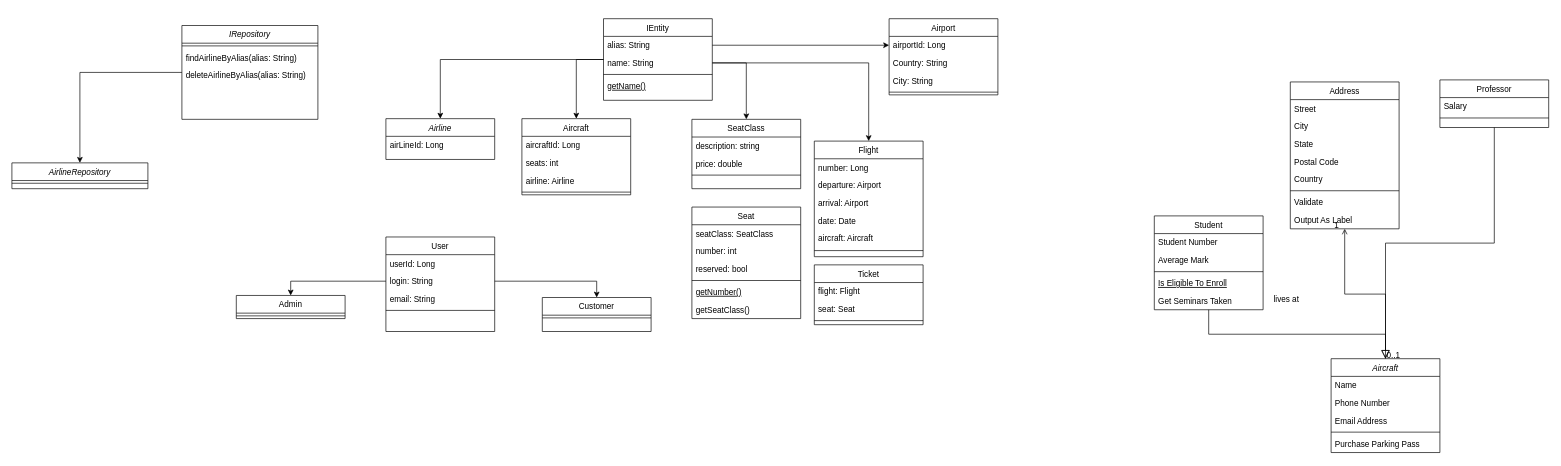
Earlier version of the draw.io diagram OOP/lab-1/UML-for-aviasales.drawio (ALFecki/BSUIR). Source tidied: cells renumbered, new cells numbered last; positions are measured from the earlier drawing's top-left corner, leaving out a move shared by most shapes. Both pictures are drawn from the tidied source at 68%, with x=0, y=0 at pixel (12, 18).
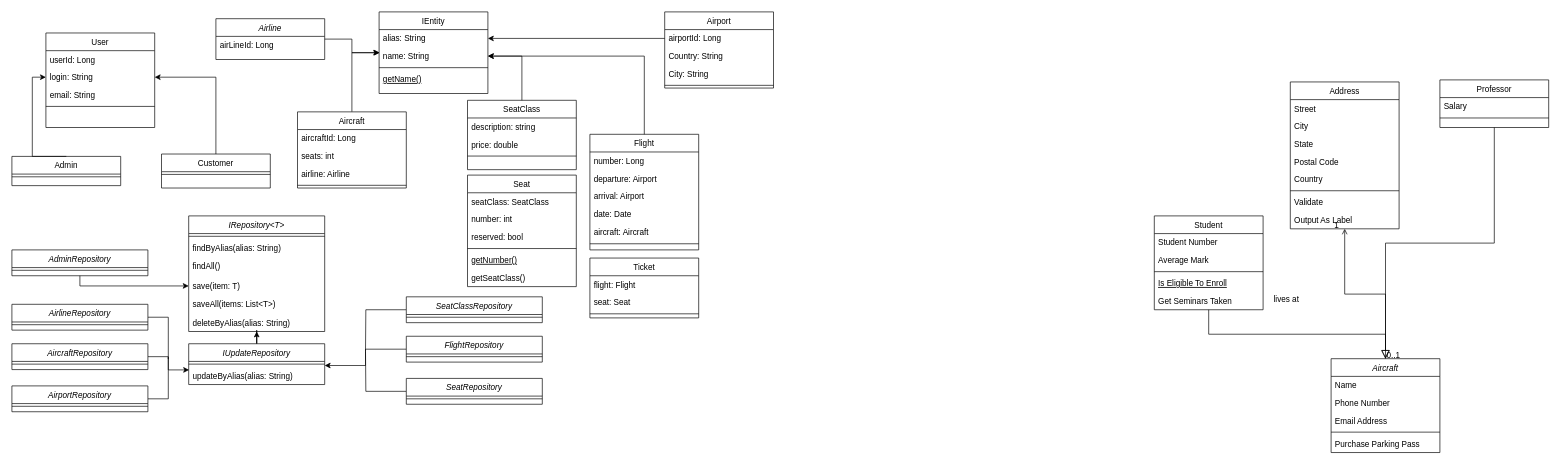
The same diagram, later.

The change refers to these unchanged cells:
```xml
<mxCell id="44" value="alias: String" style="text;align=left;verticalAlign=top;spacingLeft=4;spacingRight=4;overflow=hidden;points=[[0,0.5],[1,0.5]];portConstraint=eastwest;" parent="43" vertex="1">
  <mxGeometry y="26" width="160" height="26" as="geometry" />
</mxCell>
<mxCell id="45" value="name: String" style="text;align=left;verticalAlign=top;spacingLeft=4;spacingRight=4;overflow=hidden;points=[[0,0.5],[1,0.5]];portConstraint=eastwest;rounded=0;shadow=0;html=0;" parent="43" vertex="1">
  <mxGeometry y="52" width="160" height="26" as="geometry" />
</mxCell>
<mxCell id="78" value="airportId: Long" style="text;align=left;verticalAlign=top;spacingLeft=4;spacingRight=4;overflow=hidden;points=[[0,0.5],[1,0.5]];portConstraint=eastwest;" parent="77" vertex="1">
  <mxGeometry y="26" width="160" height="26" as="geometry" />
</mxCell>
<mxCell id="85" value="login: String" style="text;align=left;verticalAlign=top;spacingLeft=4;spacingRight=4;overflow=hidden;points=[[0,0.5],[1,0.5]];portConstraint=eastwest;rounded=0;shadow=0;html=0;" parent="83" vertex="1">
  <mxGeometry y="52" width="160" height="26" as="geometry" />
</mxCell>
```

The edit, as a diff of the source:
```diff
@@
+    <mxCell id="94" style="edgeStyle=orthogonalEdgeStyle;rounded=0;jettySize=auto;html=1;entryX=0.006;entryY=0.306;entryDx=0;entryDy=0;entryPerimeter=0;" parent="1" edge="1" source="32" target="45">
+      <mxGeometry relative="1" as="geometry" />
+    </mxCell>
     <mxCell id="32" value="Airline" style="swimlane;fontStyle=2;align=center;verticalAlign=top;horizontal=1;startSize=26;rounded=0;shadow=0;strokeWidth=1;" parent="1" vertex="1">
-      <mxGeometry x="550" y="147" width="160" height="60" as="geometry" />
+      <mxGeometry x="300" width="160" height="60" as="geometry" />
     </mxCell>
@@
+    <mxCell id="95" style="edgeStyle=orthogonalEdgeStyle;rounded=0;jettySize=auto;html=1;endArrow=none;endFill=0;" parent="1" edge="1" source="34">
+      <mxGeometry relative="1" as="geometry">
+        <mxPoint x="230" y="500" as="targetPoint" />
+        <Array as="points">
+          <mxPoint x="230" y="439" />
+          <mxPoint x="230" y="498" />
+        </Array>
+      </mxGeometry>
+    </mxCell>
     <mxCell id="34" value="AirlineRepository" style="swimlane;fontStyle=2;align=center;verticalAlign=top;horizontal=1;startSize=26;rounded=0;shadow=0;strokeWidth=1;" parent="1" vertex="1">
-      <mxGeometry y="212" width="200" height="38" as="geometry" />
+      <mxGeometry y="420" width="200" height="38" as="geometry" />
     </mxCell>
@@
-    <mxCell id="36" style="edgeStyle=orthogonalEdgeStyle;rounded=0;jettySize=auto;html=1;entryX=0.5;entryY=0;entryDx=0;entryDy=0;" parent="1" edge="1" source="37" target="34">
-      <mxGeometry relative="1" as="geometry" />
-    </mxCell>
-    <mxCell id="37" value="IRepository&#10;" style="swimlane;fontStyle=2;align=center;verticalAlign=top;horizontal=1;startSize=26;rounded=0;shadow=0;strokeWidth=1;" parent="1" vertex="1">
-      <mxGeometry x="250" y="10" width="200" height="138" as="geometry" />
+    <mxCell id="37" value="IRepository&lt;T&gt;&#10;" style="swimlane;fontStyle=2;align=center;verticalAlign=top;horizontal=1;startSize=26;rounded=0;shadow=0;strokeWidth=1;" parent="1" vertex="1">
+      <mxGeometry x="260" y="290" width="200" height="170" as="geometry" />
     </mxCell>
@@
-    <mxCell id="39" value="findAirlineByAlias(alias: String)" style="text;align=left;verticalAlign=top;spacingLeft=4;spacingRight=4;overflow=hidden;" parent="37" vertex="1">
+    <mxCell id="39" value="findByAlias(alias: String)" style="text;align=left;verticalAlign=top;spacingLeft=4;spacingRight=4;overflow=hidden;" parent="37" vertex="1">
       <mxGeometry y="34" width="200" height="26" as="geometry" />
     </mxCell>
-    <mxCell id="40" value="deleteAirlineByAlias(alias: String)" style="text;align=left;verticalAlign=top;spacingLeft=4;spacingRight=4;overflow=hidden;" parent="37" vertex="1">
-      <mxGeometry y="60" width="200" height="26" as="geometry" />
-    </mxCell>
-    <mxCell id="41" style="edgeStyle=orthogonalEdgeStyle;rounded=0;jettySize=auto;html=1;entryX=0.5;entryY=0;entryDx=0;entryDy=0;" parent="1" edge="1" source="43" target="32">
-      <mxGeometry relative="1" as="geometry" />
-    </mxCell>
+    <mxCell id="96" value="findAll()" style="text;align=left;verticalAlign=top;spacingLeft=4;spacingRight=4;overflow=hidden;" parent="37" vertex="1">
+      <mxGeometry y="60" width="200" height="30" as="geometry" />
+    </mxCell>
+    <mxCell id="97" value="save(item: T)" style="text;align=left;verticalAlign=top;spacingLeft=4;spacingRight=4;overflow=hidden;points=[[0,0.5],[1,0.5]];portConstraint=eastwest;" parent="37" vertex="1">
+      <mxGeometry y="90" width="200" height="26" as="geometry" />
+    </mxCell>
+    <mxCell id="98" value="saveAll(items: List&lt;T&gt;)" style="text;align=left;verticalAlign=top;spacingLeft=4;spacingRight=4;overflow=hidden;" parent="37" vertex="1">
+      <mxGeometry y="116" width="200" height="28" as="geometry" />
+    </mxCell>
+    <mxCell id="99" value="deleteByAlias(alias: String)" style="text;align=left;verticalAlign=top;spacingLeft=4;spacingRight=4;overflow=hidden;points=[[0,0.5],[1,0.5]];portConstraint=eastwest;" parent="37" vertex="1">
+      <mxGeometry y="144" width="200" height="26" as="geometry" />
+    </mxCell>
-    <mxCell id="42" style="edgeStyle=orthogonalEdgeStyle;rounded=0;jettySize=auto;html=1;entryX=0.5;entryY=0;entryDx=0;entryDy=0;" parent="1" edge="1" source="43" target="48">
+    <mxCell id="42" style="edgeStyle=orthogonalEdgeStyle;rounded=0;jettySize=auto;html=1;exitX=0.5;exitY=0;exitDx=0;exitDy=0;" parent="1" edge="1" source="48" target="43">
       <mxGeometry relative="1" as="geometry">
         <Array as="points">
-          <mxPoint x="830" y="60" />
+          <mxPoint x="500" y="50" />
         </Array>
       </mxGeometry>
     </mxCell>
     <mxCell id="43" value="IEntity" style="swimlane;fontStyle=0;align=center;verticalAlign=top;horizontal=1;startSize=26;rounded=0;shadow=0;strokeWidth=1;" parent="1" vertex="1">
-      <mxGeometry x="870" width="160" height="120" as="geometry" />
+      <mxGeometry x="540" y="-10" width="160" height="120" as="geometry" />
     </mxCell>
@@
     <mxCell id="48" value="Aircraft" style="swimlane;fontStyle=0;align=center;verticalAlign=top;horizontal=1;startSize=26;rounded=0;shadow=0;strokeWidth=1;" parent="1" vertex="1">
-      <mxGeometry x="750" y="147" width="160" height="112" as="geometry" />
+      <mxGeometry x="420" y="137" width="160" height="112" as="geometry" />
     </mxCell>
@@
     <mxCell id="53" value="Ticket" style="swimlane;fontStyle=0;align=center;verticalAlign=top;horizontal=1;startSize=26;rounded=0;shadow=0;strokeWidth=1;" parent="1" vertex="1">
-      <mxGeometry x="1180" y="362" width="160" height="88" as="geometry" />
+      <mxGeometry x="850" y="352" width="160" height="88" as="geometry" />
     </mxCell>
@@
     <mxCell id="57" value="SeatClass" style="swimlane;fontStyle=0;align=center;verticalAlign=top;horizontal=1;startSize=26;rounded=0;shadow=0;strokeWidth=1;" parent="1" vertex="1">
-      <mxGeometry x="1000" y="148" width="160" height="102" as="geometry" />
+      <mxGeometry x="670" y="120" width="160" height="102" as="geometry" />
     </mxCell>
@@
-    <mxCell id="61" style="edgeStyle=orthogonalEdgeStyle;rounded=0;jettySize=auto;html=1;entryX=0.5;entryY=0;entryDx=0;entryDy=0;" parent="1" edge="1" source="45" target="57">
+    <mxCell id="61" style="edgeStyle=orthogonalEdgeStyle;rounded=0;jettySize=auto;html=1;exitX=0.5;exitY=0;exitDx=0;exitDy=0;" parent="1" edge="1" source="57" target="45">
       <mxGeometry relative="1" as="geometry" />
     </mxCell>
     <mxCell id="62" value="Seat" style="swimlane;fontStyle=0;align=center;verticalAlign=top;horizontal=1;startSize=26;rounded=0;shadow=0;strokeWidth=1;" parent="1" vertex="1">
-      <mxGeometry x="1000" y="277" width="160" height="164" as="geometry" />
+      <mxGeometry x="670" y="230" width="160" height="164" as="geometry" />
     </mxCell>
@@
     <mxCell id="69" value="Flight" style="swimlane;fontStyle=0;align=center;verticalAlign=top;horizontal=1;startSize=26;rounded=0;shadow=0;strokeWidth=1;" parent="1" vertex="1">
-      <mxGeometry x="1180" y="180" width="160" height="170" as="geometry" />
+      <mxGeometry x="850" y="170" width="160" height="170" as="geometry" />
     </mxCell>
@@
-    <mxCell id="76" style="edgeStyle=orthogonalEdgeStyle;rounded=0;jettySize=auto;html=1;entryX=0.5;entryY=0;entryDx=0;entryDy=0;" parent="1" edge="1" source="45" target="69">
+    <mxCell id="76" style="edgeStyle=orthogonalEdgeStyle;rounded=0;jettySize=auto;html=1;exitX=0.5;exitY=0;exitDx=0;exitDy=0;" parent="1" edge="1" source="69" target="45">
       <mxGeometry relative="1" as="geometry" />
     </mxCell>
     <mxCell id="77" value="Airport" style="swimlane;fontStyle=0;align=center;verticalAlign=top;horizontal=1;startSize=26;rounded=0;shadow=0;strokeWidth=1;" parent="1" vertex="1">
-      <mxGeometry x="1290" width="160" height="112" as="geometry" />
+      <mxGeometry x="960" y="-10" width="160" height="112" as="geometry" />
     </mxCell>
@@
-    <mxCell id="82" style="edgeStyle=orthogonalEdgeStyle;rounded=0;jettySize=auto;html=1;" parent="1" edge="1" source="44" target="78">
-      <mxGeometry relative="1" as="geometry" />
-    </mxCell>
     <mxCell id="83" value="User" style="swimlane;fontStyle=0;align=center;verticalAlign=top;horizontal=1;startSize=26;rounded=0;shadow=0;strokeWidth=1;" parent="1" vertex="1">
-      <mxGeometry x="550" y="321" width="160" height="139" as="geometry" />
+      <mxGeometry x="50" y="21" width="160" height="139" as="geometry" />
     </mxCell>
@@
     <mxCell id="88" value="Customer" style="swimlane;fontStyle=0;align=center;verticalAlign=top;horizontal=1;startSize=26;rounded=0;shadow=0;strokeWidth=1;" parent="1" vertex="1">
-      <mxGeometry x="780" y="410" width="160" height="50" as="geometry" />
+      <mxGeometry x="220" y="199" width="160" height="50" as="geometry" />
     </mxCell>
@@
     <mxCell id="90" value="Admin" style="swimlane;fontStyle=0;align=center;verticalAlign=top;horizontal=1;startSize=26;rounded=0;shadow=0;strokeWidth=1;" parent="1" vertex="1">
-      <mxGeometry x="330" y="407" width="160" height="34" as="geometry" />
+      <mxGeometry y="202.5" width="160" height="43" as="geometry" />
     </mxCell>
@@
-    <mxCell id="92" style="edgeStyle=orthogonalEdgeStyle;rounded=0;jettySize=auto;html=1;entryX=0.5;entryY=0;entryDx=0;entryDy=0;" parent="1" edge="1" source="85" target="88">
+    <mxCell id="92" style="edgeStyle=orthogonalEdgeStyle;rounded=0;jettySize=auto;html=1;exitX=0.5;exitY=0;exitDx=0;exitDy=0;" parent="1" edge="1" source="88" target="85">
       <mxGeometry relative="1" as="geometry" />
     </mxCell>
-    <mxCell id="93" style="edgeStyle=orthogonalEdgeStyle;rounded=0;jettySize=auto;html=1;entryX=0.5;entryY=0;entryDx=0;entryDy=0;" parent="1" edge="1" source="85" target="90">
-      <mxGeometry relative="1" as="geometry" />
+    <mxCell id="93" style="edgeStyle=orthogonalEdgeStyle;rounded=0;jettySize=auto;html=1;exitX=0.5;exitY=0;exitDx=0;exitDy=0;" parent="1" edge="1" source="90" target="85">
+      <mxGeometry relative="1" as="geometry">
+        <Array as="points">
+          <mxPoint x="30" y="202" />
+          <mxPoint x="30" y="86" />
+        </Array>
+      </mxGeometry>
     </mxCell>
+    <mxCell id="82" style="edgeStyle=orthogonalEdgeStyle;rounded=0;jettySize=auto;html=1;" parent="1" edge="1" source="78" target="44">
+      <mxGeometry relative="1" as="geometry" />
+    </mxCell>
+    <mxCell id="100" style="edgeStyle=orthogonalEdgeStyle;rounded=0;jettySize=auto;html=1;entryX=0.5;entryY=1;entryDx=0;entryDy=0;entryPerimeter=0;" parent="1" edge="1" source="101" target="99">
+      <mxGeometry relative="1" as="geometry" />
+    </mxCell>
+    <mxCell id="101" value="IUpdateRepository&#10;" style="swimlane;fontStyle=2;align=center;verticalAlign=top;horizontal=1;startSize=26;rounded=0;shadow=0;strokeWidth=1;" parent="1" vertex="1">
+      <mxGeometry x="260" y="478" width="200" height="60" as="geometry" />
+    </mxCell>
+    <mxCell id="102" style="line;html=1;strokeWidth=1;align=left;verticalAlign=middle;spacingTop=-1;spacingLeft=3;spacingRight=3;labelPosition=right;" parent="101" vertex="1">
+      <mxGeometry y="26" width="200" height="8" as="geometry" />
+    </mxCell>
+    <mxCell id="103" value="updateByAlias(alias: String)" style="text;align=left;verticalAlign=top;spacingLeft=4;spacingRight=4;overflow=hidden;points=[[0,0.5],[1,0.5]];portConstraint=eastwest;" parent="101" vertex="1">
+      <mxGeometry y="34" width="200" height="26" as="geometry" />
+    </mxCell>
+    <mxCell id="104" style="edgeStyle=orthogonalEdgeStyle;rounded=0;jettySize=auto;html=1;entryX=0.003;entryY=0.172;entryDx=0;entryDy=0;entryPerimeter=0;" parent="1" edge="1" source="105" target="103">
+      <mxGeometry relative="1" as="geometry" />
+    </mxCell>
+    <mxCell id="105" value="AircraftRepository" style="swimlane;fontStyle=2;align=center;verticalAlign=top;horizontal=1;startSize=26;rounded=0;shadow=0;strokeWidth=1;" parent="1" vertex="1">
+      <mxGeometry y="478" width="200" height="38" as="geometry" />
+    </mxCell>
+    <mxCell id="106" style="line;html=1;strokeWidth=1;align=left;verticalAlign=middle;spacingTop=-1;spacingLeft=3;spacingRight=3;labelPosition=right;" parent="105" vertex="1">
+      <mxGeometry y="26" width="200" height="8" as="geometry" />
+    </mxCell>
+    <mxCell id="107" style="edgeStyle=orthogonalEdgeStyle;rounded=0;jettySize=auto;html=1;endArrow=none;endFill=0;" parent="1" edge="1" source="108">
+      <mxGeometry relative="1" as="geometry">
+        <mxPoint x="230" y="500" as="targetPoint" />
+        <Array as="points">
+          <mxPoint x="230" y="559" />
+          <mxPoint x="230" y="498" />
+        </Array>
+      </mxGeometry>
+    </mxCell>
+    <mxCell id="108" value="AirportRepository" style="swimlane;fontStyle=2;align=center;verticalAlign=top;horizontal=1;startSize=26;rounded=0;shadow=0;strokeWidth=1;" parent="1" vertex="1">
+      <mxGeometry y="540" width="200" height="38" as="geometry" />
+    </mxCell>
+    <mxCell id="109" style="line;html=1;strokeWidth=1;align=left;verticalAlign=middle;spacingTop=-1;spacingLeft=3;spacingRight=3;labelPosition=right;" parent="108" vertex="1">
+      <mxGeometry y="26" width="200" height="8" as="geometry" />
+    </mxCell>
+    <mxCell id="110" style="edgeStyle=orthogonalEdgeStyle;rounded=0;jettySize=auto;html=1;endArrow=none;endFill=0;" parent="1" edge="1" source="111">
+      <mxGeometry relative="1" as="geometry">
+        <mxPoint x="520" y="489" as="targetPoint" />
+      </mxGeometry>
+    </mxCell>
+    <mxCell id="111" value="SeatClassRepository" style="swimlane;fontStyle=2;align=center;verticalAlign=top;horizontal=1;startSize=26;rounded=0;shadow=0;strokeWidth=1;" parent="1" vertex="1">
+      <mxGeometry x="580" y="409" width="200" height="38" as="geometry" />
+    </mxCell>
+    <mxCell id="112" style="line;html=1;strokeWidth=1;align=left;verticalAlign=middle;spacingTop=-1;spacingLeft=3;spacingRight=3;labelPosition=right;" parent="111" vertex="1">
+      <mxGeometry y="26" width="200" height="8" as="geometry" />
+    </mxCell>
+    <mxCell id="113" style="edgeStyle=orthogonalEdgeStyle;rounded=0;jettySize=auto;html=1;" parent="1" edge="1" source="114">
+      <mxGeometry relative="1" as="geometry">
+        <mxPoint x="460" y="510" as="targetPoint" />
+        <Array as="points">
+          <mxPoint x="520" y="486" />
+          <mxPoint x="520" y="510" />
+          <mxPoint x="460" y="510" />
+        </Array>
+      </mxGeometry>
+    </mxCell>
+    <mxCell id="114" value="FlightRepository" style="swimlane;fontStyle=2;align=center;verticalAlign=top;horizontal=1;startSize=26;rounded=0;shadow=0;strokeWidth=1;" parent="1" vertex="1">
+      <mxGeometry x="580" y="467" width="200" height="38" as="geometry" />
+    </mxCell>
+    <mxCell id="115" style="line;html=1;strokeWidth=1;align=left;verticalAlign=middle;spacingTop=-1;spacingLeft=3;spacingRight=3;labelPosition=right;" parent="114" vertex="1">
+      <mxGeometry y="26" width="200" height="8" as="geometry" />
+    </mxCell>
+    <mxCell id="116" style="edgeStyle=orthogonalEdgeStyle;rounded=0;jettySize=auto;html=1;endArrow=none;endFill=0;" parent="1" edge="1" source="117">
+      <mxGeometry relative="1" as="geometry">
+        <mxPoint x="520" y="489" as="targetPoint" />
+      </mxGeometry>
+    </mxCell>
+    <mxCell id="117" value="SeatRepository" style="swimlane;fontStyle=2;align=center;verticalAlign=top;horizontal=1;startSize=26;rounded=0;shadow=0;strokeWidth=1;" parent="1" vertex="1">
+      <mxGeometry x="580" y="529" width="200" height="38" as="geometry" />
+    </mxCell>
+    <mxCell id="118" style="line;html=1;strokeWidth=1;align=left;verticalAlign=middle;spacingTop=-1;spacingLeft=3;spacingRight=3;labelPosition=right;" parent="117" vertex="1">
+      <mxGeometry y="26" width="200" height="8" as="geometry" />
+    </mxCell>
+    <mxCell id="119" style="edgeStyle=orthogonalEdgeStyle;rounded=0;jettySize=auto;html=1;entryX=0;entryY=0.5;entryDx=0;entryDy=0;" parent="1" edge="1" source="120" target="97">
+      <mxGeometry relative="1" as="geometry">
+        <Array as="points">
+          <mxPoint x="100" y="393" />
+        </Array>
+      </mxGeometry>
+    </mxCell>
+    <mxCell id="120" value="AdminRepository" style="swimlane;fontStyle=2;align=center;verticalAlign=top;horizontal=1;startSize=26;rounded=0;shadow=0;strokeWidth=1;" parent="1" vertex="1">
+      <mxGeometry y="340" width="200" height="38" as="geometry" />
+    </mxCell>
+    <mxCell id="121" style="line;html=1;strokeWidth=1;align=left;verticalAlign=middle;spacingTop=-1;spacingLeft=3;spacingRight=3;labelPosition=right;" parent="120" vertex="1">
+      <mxGeometry y="26" width="200" height="8" as="geometry" />
+    </mxCell>
```
